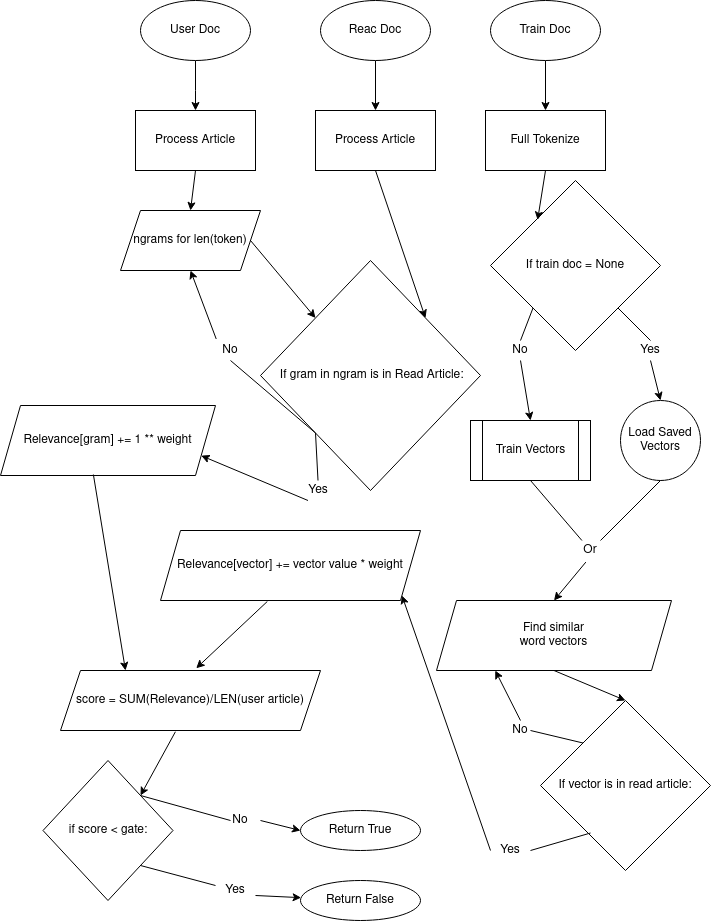
Above: docs/Model Diagram.png in kalenwillits/CapstoneThree (draw.io), before the change. Source tidied: cells renumbered, new cells last; positions are measured from the earlier drawing's top-left corner, leaving out a move shared by most shapes.
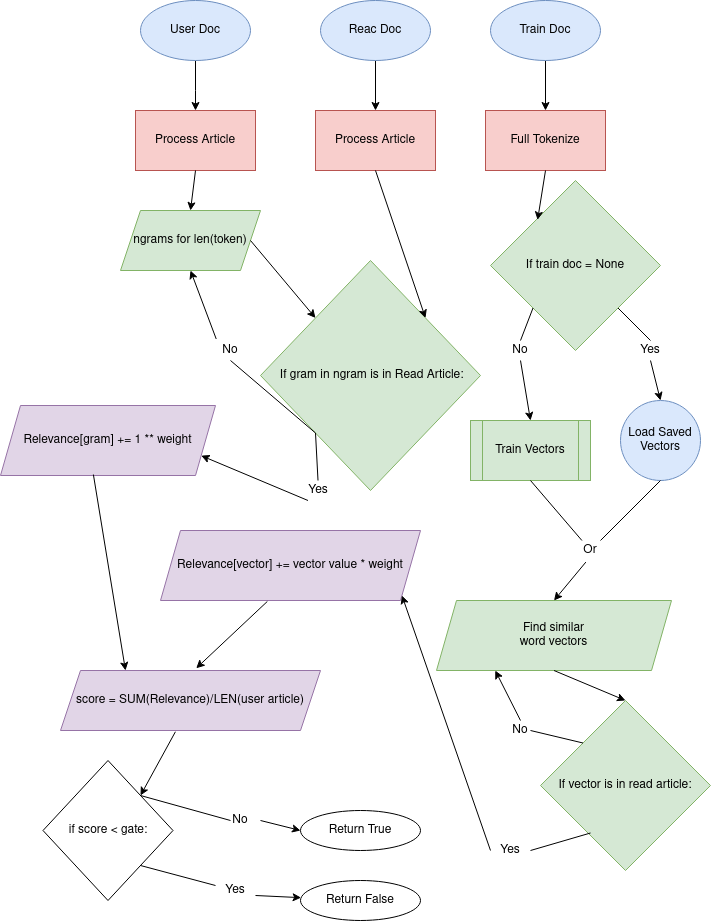
After the commit.

Change to the diagram source:
```diff
@@ -10,34 +10,34 @@
         </Array>
       </mxGeometry>
     </mxCell>
-    <mxCell id="3" value="User Doc" style="ellipse;whiteSpace=wrap;html=1;" parent="1" vertex="1">
+    <mxCell id="3" value="User Doc" style="ellipse;whiteSpace=wrap;html=1;fillColor=#dae8fc;strokeColor=#6c8ebf;" parent="1" vertex="1">
       <mxGeometry x="140" width="110" height="60" as="geometry" />
     </mxCell>
-    <mxCell id="4" value="Process Article" style="rounded=0;whiteSpace=wrap;html=1;" parent="1" vertex="1">
+    <mxCell id="4" value="Process Article" style="rounded=0;whiteSpace=wrap;html=1;fillColor=#f8cecc;strokeColor=#b85450;" parent="1" vertex="1">
       <mxGeometry x="135" y="110" width="120" height="60" as="geometry" />
     </mxCell>
     <mxCell id="5" style="edgeStyle=orthogonalEdgeStyle;rounded=0;jettySize=auto;html=1;exitX=0.5;exitY=1;exitDx=0;exitDy=0;entryX=0.5;entryY=0;entryDx=0;entryDy=0;" parent="1" edge="1" source="6" target="9">
       <mxGeometry relative="1" as="geometry" />
     </mxCell>
-    <mxCell id="6" value="Reac Doc" style="ellipse;whiteSpace=wrap;html=1;" parent="1" vertex="1">
+    <mxCell id="6" value="Reac Doc" style="ellipse;whiteSpace=wrap;html=1;fillColor=#dae8fc;strokeColor=#6c8ebf;" parent="1" vertex="1">
       <mxGeometry x="320" width="110" height="60" as="geometry" />
     </mxCell>
     <mxCell id="7" style="edgeStyle=orthogonalEdgeStyle;rounded=0;jettySize=auto;html=1;" parent="1" edge="1" source="8" target="10">
       <mxGeometry relative="1" as="geometry" />
     </mxCell>
-    <mxCell id="8" value="Train Doc" style="ellipse;whiteSpace=wrap;html=1;" parent="1" vertex="1">
+    <mxCell id="8" value="Train Doc" style="ellipse;whiteSpace=wrap;html=1;fillColor=#dae8fc;strokeColor=#6c8ebf;" parent="1" vertex="1">
       <mxGeometry x="490" width="110" height="60" as="geometry" />
     </mxCell>
-    <mxCell id="9" value="Process Article" style="rounded=0;whiteSpace=wrap;html=1;" parent="1" vertex="1">
+    <mxCell id="9" value="Process Article" style="rounded=0;whiteSpace=wrap;html=1;fillColor=#f8cecc;strokeColor=#b85450;" parent="1" vertex="1">
       <mxGeometry x="315" y="110" width="120" height="60" as="geometry" />
     </mxCell>
-    <mxCell id="10" value="&lt;div&gt;Full Tokenize&lt;/div&gt;" style="rounded=0;whiteSpace=wrap;html=1;" parent="1" vertex="1">
+    <mxCell id="10" value="&lt;div&gt;Full Tokenize&lt;/div&gt;" style="rounded=0;whiteSpace=wrap;html=1;fillColor=#f8cecc;strokeColor=#b85450;" parent="1" vertex="1">
       <mxGeometry x="485" y="110" width="120" height="60" as="geometry" />
     </mxCell>
-    <mxCell id="11" value="&amp;nbsp;If gram in ngram is in Read Article:" style="rhombus;whiteSpace=wrap;html=1;" parent="1" vertex="1">
+    <mxCell id="11" value="&amp;nbsp;If gram in ngram is in Read Article:" style="rhombus;whiteSpace=wrap;html=1;fillColor=#d5e8d4;strokeColor=#82b366;" parent="1" vertex="1">
       <mxGeometry x="260" y="260" width="220" height="230" as="geometry" />
     </mxCell>
-    <mxCell id="12" value="ngrams for len(token)" style="shape=parallelogram;perimeter=parallelogramPerimeter;whiteSpace=wrap;html=1;fixedSize=1;" parent="1" vertex="1">
+    <mxCell id="12" value="ngrams for len(token)" style="shape=parallelogram;perimeter=parallelogramPerimeter;whiteSpace=wrap;html=1;fixedSize=1;fillColor=#d5e8d4;strokeColor=#82b366;" parent="1" vertex="1">
       <mxGeometry x="120" y="210" width="140" height="60" as="geometry" />
     </mxCell>
     <mxCell id="13" style="endArrow=classic;html=1;exitX=0.5;exitY=1;exitDx=0;exitDy=0;entryX=0.5;entryY=0;entryDx=0;entryDy=0;" parent="1" edge="1" source="4" target="12">
@@ -49,22 +49,22 @@
     <mxCell id="15" style="endArrow=classic;html=1;exitX=0.5;exitY=1;exitDx=0;exitDy=0;entryX=1;entryY=0;entryDx=0;entryDy=0;" parent="1" edge="1" source="9" target="11">
       <mxGeometry relative="1" as="geometry" />
     </mxCell>
-    <mxCell id="16" value="Relevance[gram] += 1 ** weight" style="shape=parallelogram;perimeter=parallelogramPerimeter;whiteSpace=wrap;html=1;fixedSize=1;" parent="1" vertex="1">
+    <mxCell id="16" value="Relevance[gram] += 1 ** weight" style="shape=parallelogram;perimeter=parallelogramPerimeter;whiteSpace=wrap;html=1;fixedSize=1;fillColor=#e1d5e7;strokeColor=#9673a6;" parent="1" vertex="1">
       <mxGeometry y="405" width="215" height="70" as="geometry" />
     </mxCell>
     <mxCell id="17" style="endArrow=classic;html=1;exitX=0.25;exitY=1;exitDx=0;exitDy=0;entryX=1;entryY=0.75;entryDx=0;entryDy=0;" parent="1" edge="1" source="27" target="16">
       <mxGeometry relative="1" as="geometry" />
     </mxCell>
-    <mxCell id="18" value="If train doc = None" style="rhombus;whiteSpace=wrap;html=1;" parent="1" vertex="1">
+    <mxCell id="18" value="If train doc = None" style="rhombus;whiteSpace=wrap;html=1;fillColor=#d5e8d4;strokeColor=#82b366;" parent="1" vertex="1">
       <mxGeometry x="490" y="180" width="170" height="170" as="geometry" />
     </mxCell>
-    <mxCell id="19" value="Load Saved Vectors" style="ellipse;whiteSpace=wrap;html=1;" parent="1" vertex="1">
+    <mxCell id="19" value="Load Saved Vectors" style="ellipse;whiteSpace=wrap;html=1;fillColor=#dae8fc;strokeColor=#6c8ebf;" parent="1" vertex="1">
       <mxGeometry x="620" y="400" width="80" height="80" as="geometry" />
     </mxCell>
     <mxCell id="20" value="&lt;div&gt;Yes&lt;/div&gt;" style="text;html=1;strokeColor=none;fillColor=none;align=center;verticalAlign=middle;whiteSpace=wrap;rounded=0;" parent="1" vertex="1">
       <mxGeometry x="630" y="340" width="40" height="20" as="geometry" />
     </mxCell>
-    <mxCell id="21" value="&lt;div&gt;Train Vectors&lt;/div&gt;" style="shape=process;whiteSpace=wrap;html=1;backgroundOutline=1;" parent="1" vertex="1">
+    <mxCell id="21" value="&lt;div&gt;Train Vectors&lt;/div&gt;" style="shape=process;whiteSpace=wrap;html=1;backgroundOutline=1;fillColor=#d5e8d4;strokeColor=#82b366;" parent="1" vertex="1">
       <mxGeometry x="470" y="420" width="120" height="60" as="geometry" />
     </mxCell>
     <mxCell id="22" style="endArrow=classic;html=1;exitX=0.5;exitY=1;exitDx=0;exitDy=0;entryX=0.5;entryY=0;entryDx=0;entryDy=0;" parent="1" edge="1" source="20" target="19">
@@ -100,7 +100,7 @@
     <mxCell id="32" style="endArrow=none;html=1;entryX=0.5;entryY=0;entryDx=0;entryDy=0;" parent="1" edge="1" source="18" target="20">
       <mxGeometry relative="1" as="geometry" />
     </mxCell>
-    <mxCell id="33" value="&lt;div&gt;Find similar &lt;br&gt;&lt;/div&gt;&lt;div&gt;word vectors&lt;/div&gt;" style="shape=parallelogram;perimeter=parallelogramPerimeter;whiteSpace=wrap;html=1;fixedSize=1;" parent="1" vertex="1">
+    <mxCell id="33" value="&lt;div&gt;Find similar &lt;br&gt;&lt;/div&gt;&lt;div&gt;word vectors&lt;/div&gt;" style="shape=parallelogram;perimeter=parallelogramPerimeter;whiteSpace=wrap;html=1;fixedSize=1;fillColor=#d5e8d4;strokeColor=#82b366;" parent="1" vertex="1">
       <mxGeometry x="436" y="600" width="235" height="70" as="geometry" />
     </mxCell>
     <mxCell id="34" style="endArrow=none;html=1;entryX=0.5;entryY=1;entryDx=0;entryDy=0;" parent="1" edge="1" source="37" target="21">
@@ -115,7 +115,7 @@
     <mxCell id="37" value="Or" style="text;html=1;strokeColor=none;fillColor=none;align=center;verticalAlign=middle;whiteSpace=wrap;rounded=0;" parent="1" vertex="1">
       <mxGeometry x="570" y="540" width="40" height="20" as="geometry" />
     </mxCell>
-    <mxCell id="38" value="If vector is in read article:" style="rhombus;whiteSpace=wrap;html=1;" parent="1" vertex="1">
+    <mxCell id="38" value="If vector is in read article:" style="rhombus;whiteSpace=wrap;html=1;fillColor=#d5e8d4;strokeColor=#82b366;" parent="1" vertex="1">
       <mxGeometry x="540" y="700" width="170" height="170" as="geometry" />
     </mxCell>
     <mxCell id="39" style="endArrow=classic;html=1;exitX=0.5;exitY=1;exitDx=0;exitDy=0;entryX=0.5;entryY=0;entryDx=0;entryDy=0;" parent="1" edge="1" source="33" target="38">
@@ -137,7 +137,7 @@
         <mxPoint x="590" y="832.5" as="sourcePoint" />
       </mxGeometry>
     </mxCell>
-    <mxCell id="44" value="Relevance[vector] += vector value * weight" style="shape=parallelogram;perimeter=parallelogramPerimeter;whiteSpace=wrap;html=1;fixedSize=1;" parent="1" vertex="1">
+    <mxCell id="44" value="Relevance[vector] += vector value * weight" style="shape=parallelogram;perimeter=parallelogramPerimeter;whiteSpace=wrap;html=1;fixedSize=1;fillColor=#e1d5e7;strokeColor=#9673a6;" parent="1" vertex="1">
       <mxGeometry x="160" y="530" width="260" height="70" as="geometry" />
     </mxCell>
     <mxCell id="45" style="endArrow=classic;html=1;exitX=0;exitY=0.5;exitDx=0;exitDy=0;entryX=1;entryY=1;entryDx=0;entryDy=0;" parent="1" edge="1" source="40" target="44">
@@ -146,7 +146,7 @@
     <mxCell id="46" style="endArrow=classic;html=1;exitX=0.5;exitY=0;exitDx=0;exitDy=0;entryX=0.25;entryY=1;entryDx=0;entryDy=0;" parent="1" edge="1" source="41" target="33">
       <mxGeometry relative="1" as="geometry" />
     </mxCell>
-    <mxCell id="47" value="score = SUM(Relevance)/LEN(user article)" style="shape=parallelogram;perimeter=parallelogramPerimeter;whiteSpace=wrap;html=1;fixedSize=1;" parent="1" vertex="1">
+    <mxCell id="47" value="score = SUM(Relevance)/LEN(user article)" style="shape=parallelogram;perimeter=parallelogramPerimeter;whiteSpace=wrap;html=1;fixedSize=1;fillColor=#e1d5e7;strokeColor=#9673a6;" parent="1" vertex="1">
       <mxGeometry x="60" y="670" width="260" height="60" as="geometry" />
     </mxCell>
     <mxCell id="48" value="if score &amp;lt; gate:" style="rhombus;whiteSpace=wrap;html=1;" parent="1" vertex="1">
```
